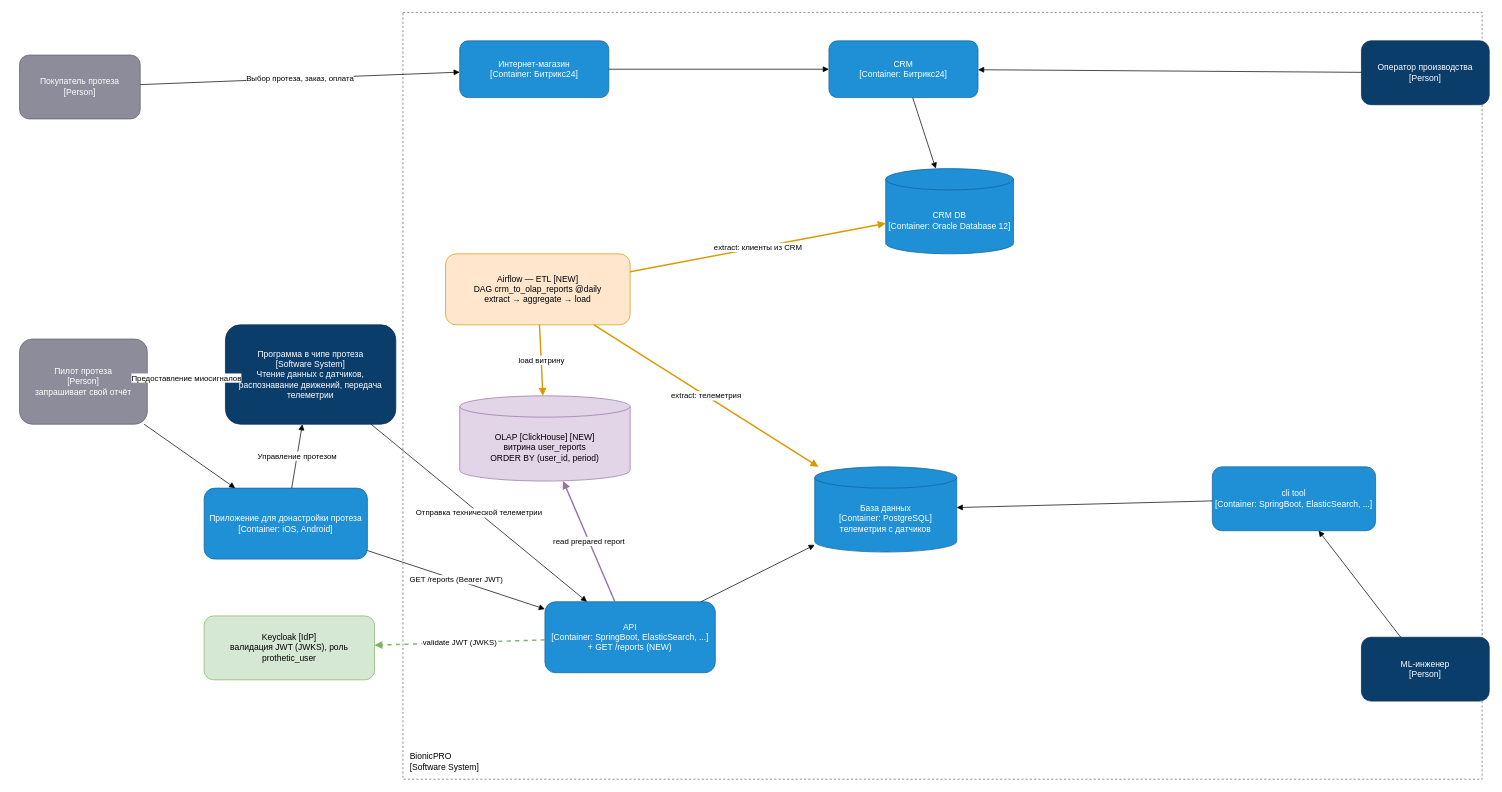
Earlier version of the draw.io diagram docs/diagrams/reports-c4.drawio (SiritosKon/architecture-bionicpro). Source tidied: cells renumbered, new cells numbered last; positions are measured from the earlier drawing's top-left corner, leaving out a move shared by most shapes. Both pictures are drawn from the tidied source at 71%, with x=0, y=0 at pixel (19, 12).
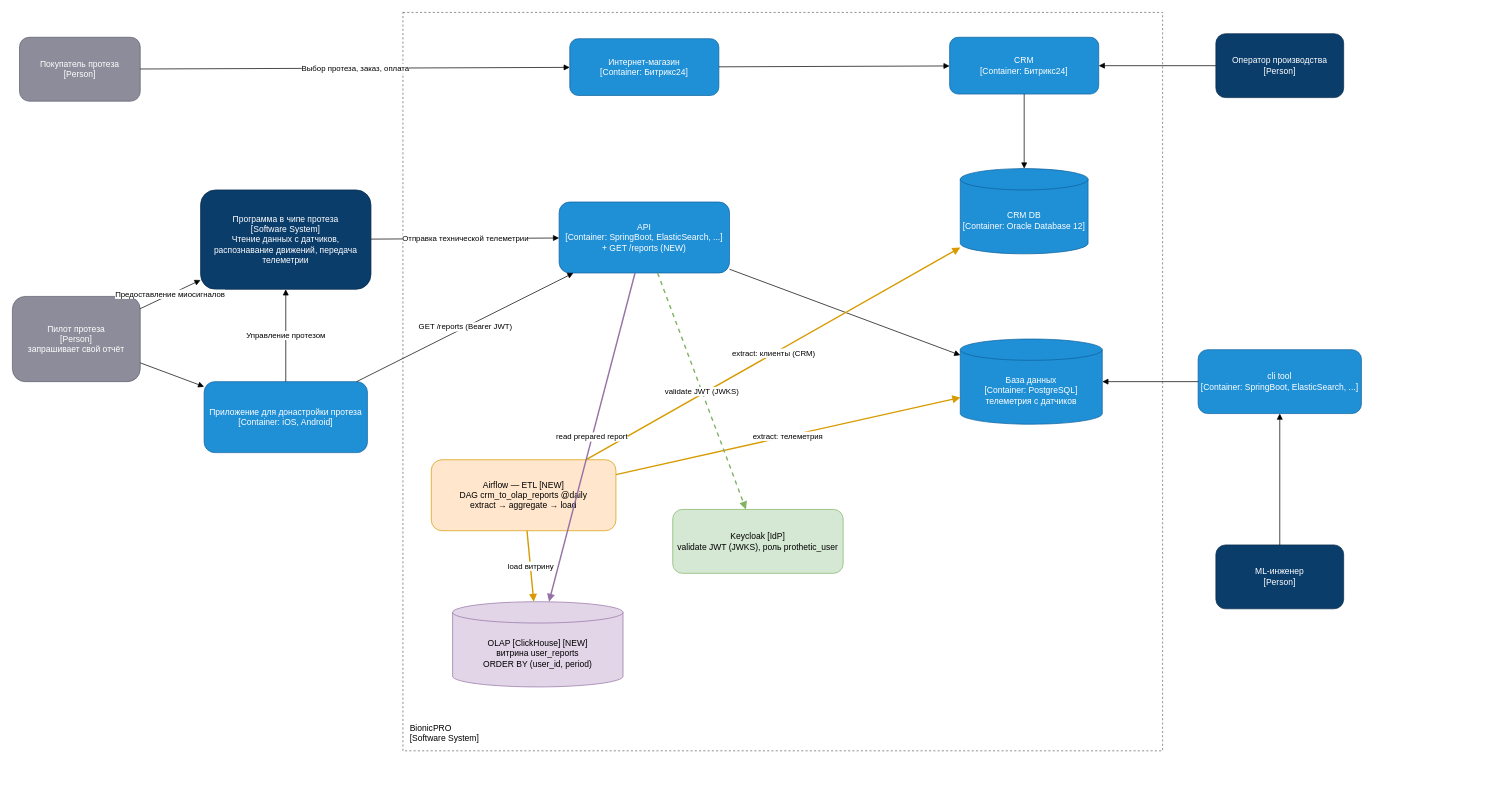
Above is the later version.

Commit message:
docs: rebase reports C4 on the tidied task-1 baseline layout

Diff of the diagram source:
```diff
@@
     <mxCell id="2" value="BionicPRO&#10;[Software System]" style="rounded=0;whiteSpace=wrap;html=1;dashed=1;fillColor=none;strokeColor=#666666;verticalAlign=bottom;align=left;fontSize=12;spacing=10;" parent="1" vertex="1">
-      <mxGeometry x="540" width="1520" height="1080" as="geometry" />
+      <mxGeometry x="540" width="1070" height="1040" as="geometry" />
     </mxCell>
     <mxCell id="3" value="Покупатель протеза&#10;[Person]" style="rounded=1;whiteSpace=wrap;html=1;fillColor=#8c8c9a;strokeColor=#5f5f6e;fontColor=#ffffff;" parent="1" vertex="1">
-      <mxGeometry y="60" width="170" height="90" as="geometry" />
+      <mxGeometry y="35" width="170" height="90" as="geometry" />
     </mxCell>
     <mxCell id="4" value="Оператор производства&#10;[Person]" style="rounded=1;whiteSpace=wrap;html=1;fillColor=#0b3d6b;strokeColor=#082a4a;fontColor=#ffffff;" parent="1" vertex="1">
-      <mxGeometry x="1890" y="40" width="180" height="90" as="geometry" />
+      <mxGeometry x="1685" y="30" width="180" height="90" as="geometry" />
     </mxCell>
     <mxCell id="5" value="Пилот протеза&#10;[Person]&#10;запрашивает свой отчёт" style="rounded=1;whiteSpace=wrap;html=1;fillColor=#8c8c9a;strokeColor=#5f5f6e;fontColor=#ffffff;" parent="1" vertex="1">
-      <mxGeometry y="460" width="180" height="120" as="geometry" />
+      <mxGeometry x="-10" y="400" width="180" height="120" as="geometry" />
     </mxCell>
     <mxCell id="6" value="ML-инженер&#10;[Person]" style="rounded=1;whiteSpace=wrap;html=1;fillColor=#0b3d6b;strokeColor=#082a4a;fontColor=#ffffff;" parent="1" vertex="1">
-      <mxGeometry x="1890" y="880" width="180" height="90" as="geometry" />
+      <mxGeometry x="1685" y="750" width="180" height="90" as="geometry" />
     </mxCell>
     <mxCell id="7" value="Интернет-магазин&#10;[Container: Битрикс24]" style="rounded=1;whiteSpace=wrap;html=1;fillColor=#1f8fd6;strokeColor=#10629e;fontColor=#ffffff;" parent="1" vertex="1">
-      <mxGeometry x="620" y="40" width="210" height="80" as="geometry" />
+      <mxGeometry x="775" y="37" width="210" height="80" as="geometry" />
     </mxCell>
     <mxCell id="8" value="CRM&#10;[Container: Битрикс24]" style="rounded=1;whiteSpace=wrap;html=1;fillColor=#1f8fd6;strokeColor=#10629e;fontColor=#ffffff;" parent="1" vertex="1">
-      <mxGeometry x="1140" y="40" width="210" height="80" as="geometry" />
+      <mxGeometry x="1310" y="35" width="210" height="80" as="geometry" />
     </mxCell>
     <mxCell id="9" value="CRM DB&#10;[Container: Oracle Database 12]" style="shape=cylinder3;whiteSpace=wrap;html=1;boundedLbl=1;backgroundOutline=1;fillColor=#1f8fd6;strokeColor=#10629e;fontColor=#ffffff;" parent="1" vertex="1">
-      <mxGeometry x="1220" y="220" width="180" height="120" as="geometry" />
+      <mxGeometry x="1325" y="220" width="180" height="120" as="geometry" />
     </mxCell>
     <mxCell id="10" value="Программа в чипе протеза&#10;[Software System]&#10;Чтение данных с датчиков, распознавание движений, передача телеметрии" style="rounded=1;whiteSpace=wrap;html=1;fillColor=#0b3d6b;strokeColor=#082a4a;fontColor=#ffffff;" parent="1" vertex="1">
-      <mxGeometry x="290" y="440" width="240" height="140" as="geometry" />
+      <mxGeometry x="255" y="250" width="240" height="140" as="geometry" />
     </mxCell>
     <mxCell id="11" value="Приложение для донастройки протеза&#10;[Container: iOS, Android]" style="rounded=1;whiteSpace=wrap;html=1;fillColor=#1f8fd6;strokeColor=#10629e;fontColor=#ffffff;" parent="1" vertex="1">
-      <mxGeometry x="260" y="670" width="230" height="100" as="geometry" />
+      <mxGeometry x="260" y="520" width="230" height="100" as="geometry" />
     </mxCell>
     <mxCell id="12" value="API&#10;[Container: SpringBoot, ElasticSearch, ...]&#10;+ GET /reports (NEW)" style="rounded=1;whiteSpace=wrap;html=1;fillColor=#1f8fd6;strokeColor=#10629e;fontColor=#ffffff;" parent="1" vertex="1">
-      <mxGeometry x="740" y="830" width="240" height="100" as="geometry" />
+      <mxGeometry x="760" y="267" width="240" height="100" as="geometry" />
     </mxCell>
     <mxCell id="13" value="База данных&#10;[Container: PostgreSQL]&#10;телеметрия с датчиков" style="shape=cylinder3;whiteSpace=wrap;html=1;boundedLbl=1;backgroundOutline=1;fillColor=#1f8fd6;strokeColor=#10629e;fontColor=#ffffff;" parent="1" vertex="1">
-      <mxGeometry x="1120" y="640" width="200" height="120" as="geometry" />
+      <mxGeometry x="1325" y="460" width="200" height="120" as="geometry" />
     </mxCell>
     <mxCell id="14" value="cli tool&#10;[Container: SpringBoot, ElasticSearch, ...]" style="rounded=1;whiteSpace=wrap;html=1;fillColor=#1f8fd6;strokeColor=#10629e;fontColor=#ffffff;" parent="1" vertex="1">
-      <mxGeometry x="1680" y="640" width="230" height="90" as="geometry" />
+      <mxGeometry x="1660" y="475" width="230" height="90" as="geometry" />
     </mxCell>
     <mxCell id="15" value="Airflow — ETL [NEW]&#10;DAG crm_to_olap_reports @daily&#10;extract → aggregate → load" style="rounded=1;whiteSpace=wrap;html=1;fillColor=#ffe6cc;strokeColor=#d79b00;fontColor=#000000;" parent="1" vertex="1">
-      <mxGeometry x="600" y="340" width="260" height="100" as="geometry" />
+      <mxGeometry x="580" y="630" width="260" height="100" as="geometry" />
     </mxCell>
     <mxCell id="16" value="OLAP [ClickHouse] [NEW]&#10;витрина user_reports&#10;ORDER BY (user_id, period)" style="shape=cylinder3;whiteSpace=wrap;html=1;boundedLbl=1;backgroundOutline=1;fillColor=#e1d5e7;strokeColor=#9673a6;fontColor=#000000;" parent="1" vertex="1">
-      <mxGeometry x="620" y="540" width="240" height="120" as="geometry" />
+      <mxGeometry x="610" y="830" width="240" height="120" as="geometry" />
     </mxCell>
-    <mxCell id="17" value="Keycloak [IdP]&#10;валидация JWT (JWKS), роль prothetic_user" style="rounded=1;whiteSpace=wrap;html=1;fillColor=#d5e8d4;strokeColor=#82b366;fontColor=#000000;" parent="1" vertex="1">
-      <mxGeometry x="260" y="850" width="240" height="90" as="geometry" />
+    <mxCell id="17" value="Keycloak [IdP]&#10;validate JWT (JWKS), роль prothetic_user" style="rounded=1;whiteSpace=wrap;html=1;fillColor=#d5e8d4;strokeColor=#82b366;fontColor=#000000;" parent="1" vertex="1">
+      <mxGeometry x="920" y="700" width="240" height="90" as="geometry" />
     </mxCell>
@@
-    <mxCell id="30" value="extract: клиенты из CRM" style="endArrow=block;html=1;strokeColor=#d79b00;strokeWidth=2;" parent="1" edge="1" source="15" target="9">
+    <mxCell id="30" value="extract: клиенты (CRM)" style="endArrow=block;html=1;strokeColor=#d79b00;strokeWidth=2;" parent="1" edge="1" source="15" target="9">
       <mxGeometry relative="1" as="geometry" />
     </mxCell>
```
